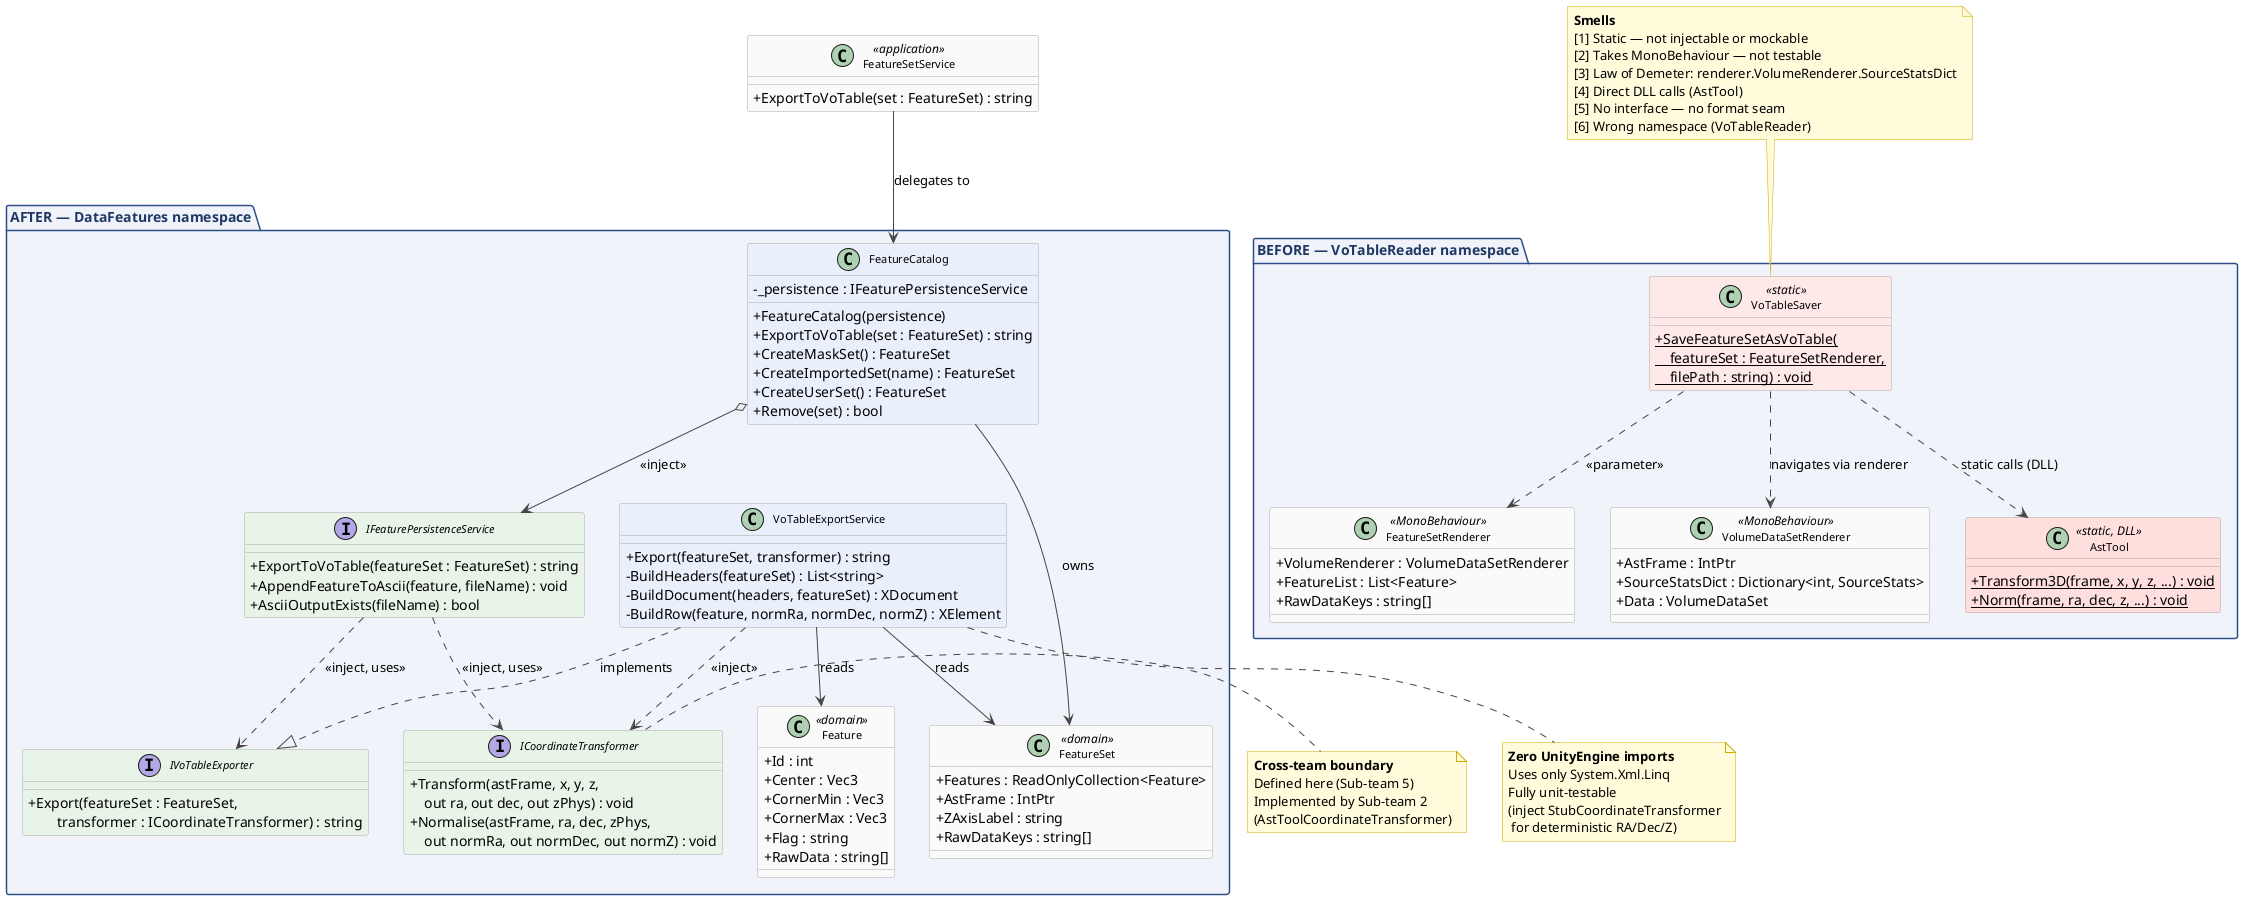
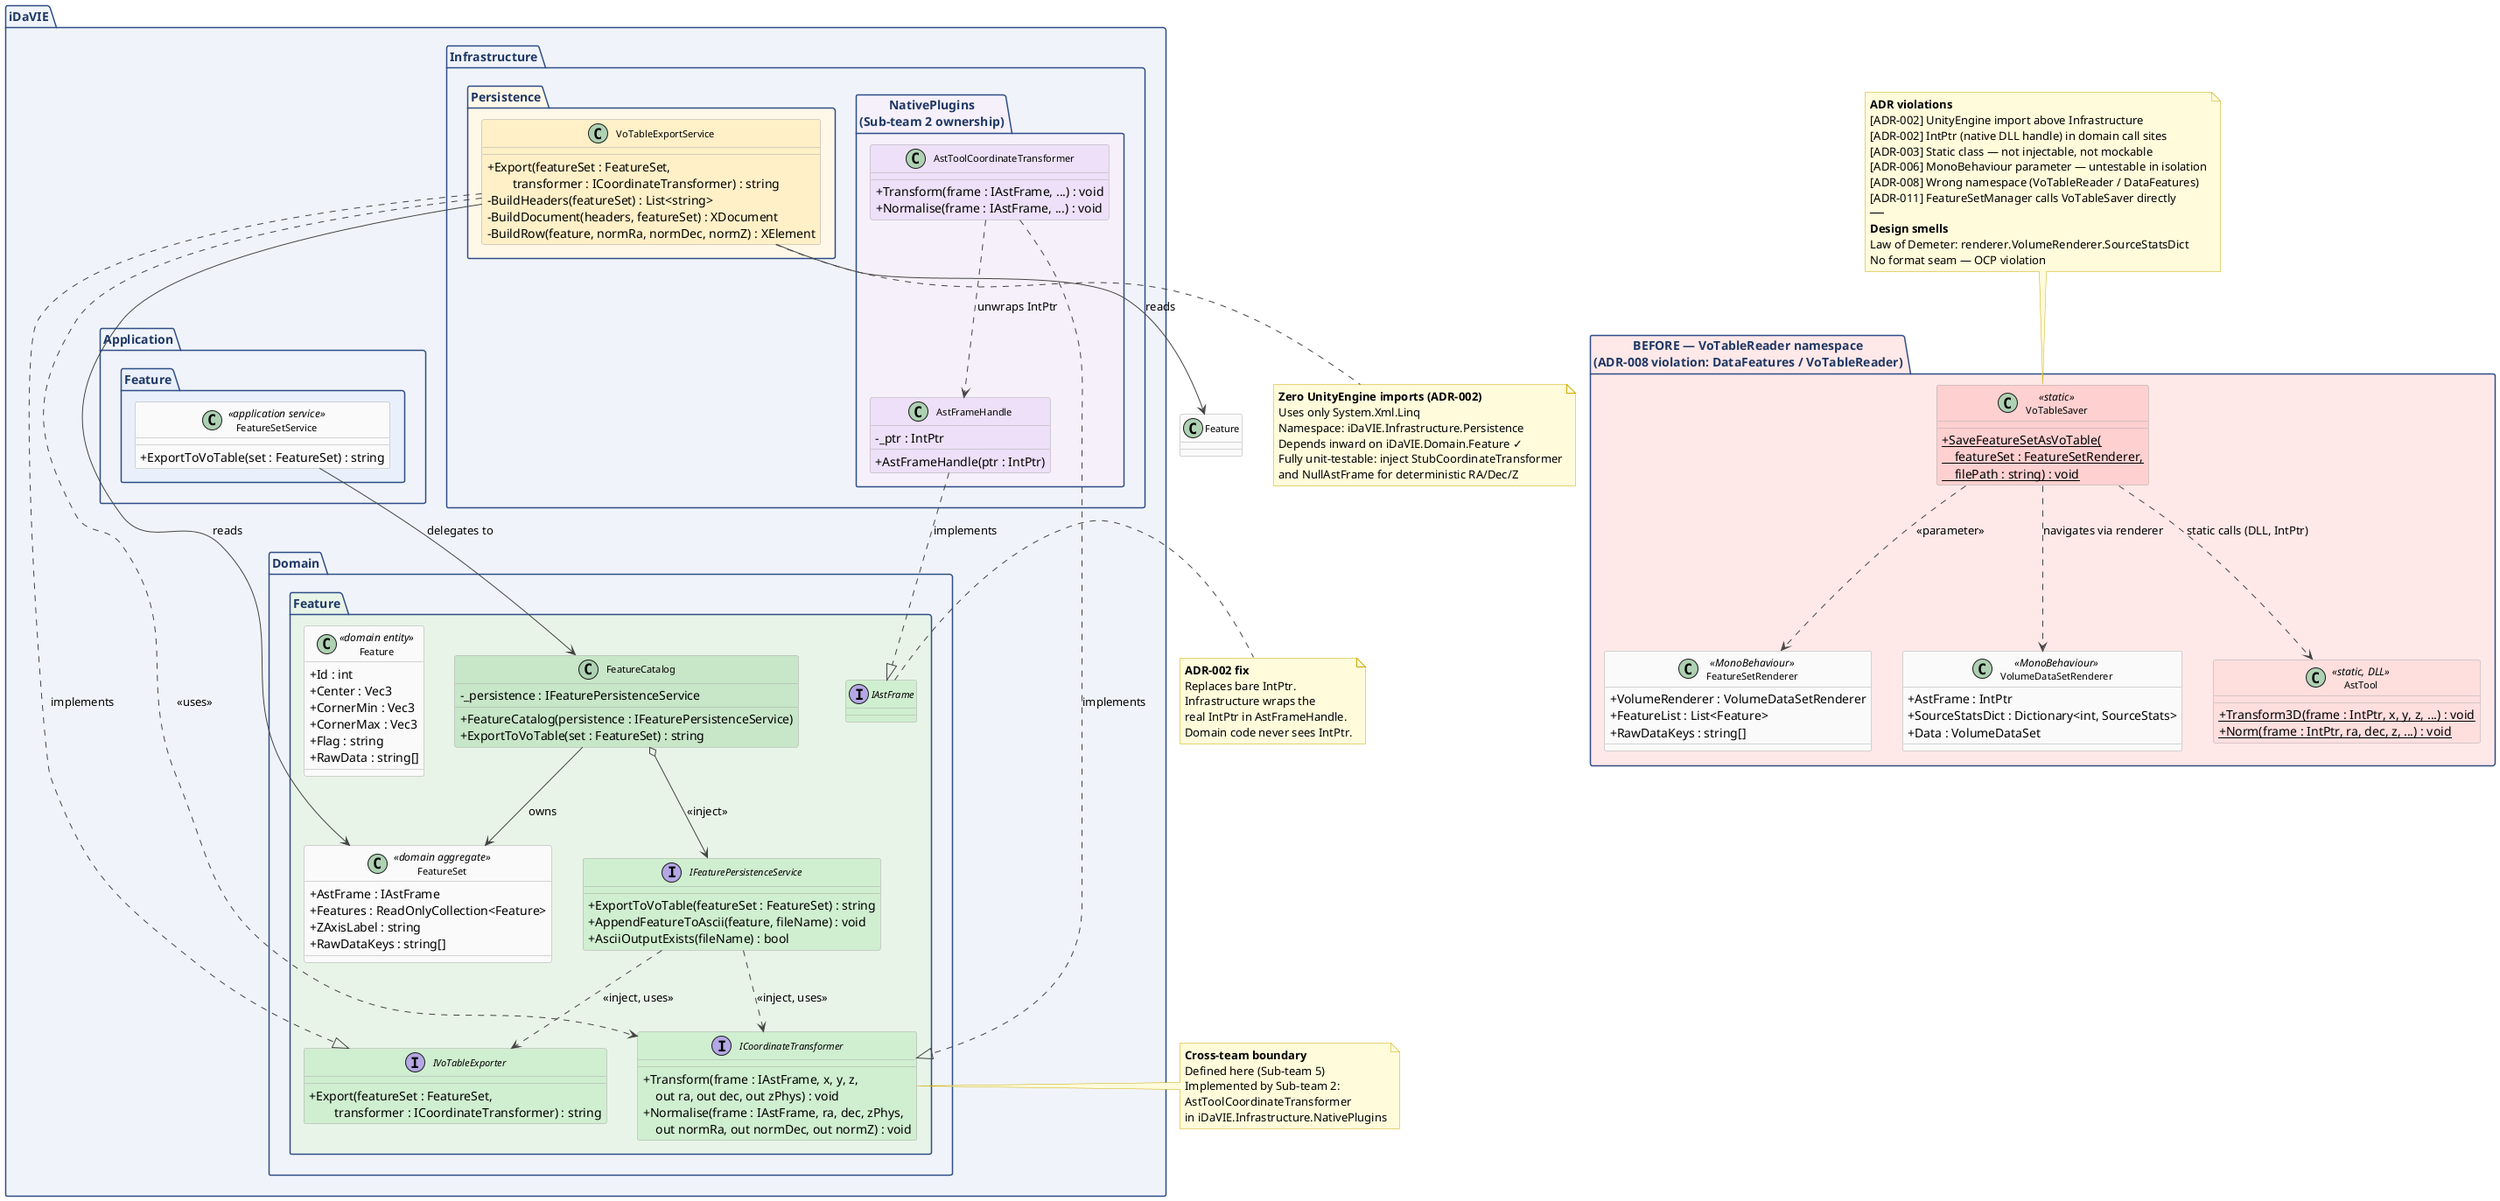
@startuml VOTable Export — Before and After

' ── Style ──────────────────────────────────────────────────────────────────
skinparam classAttributeIconSize 0
skinparam classFontName Arial
skinparam classFontSize 11
skinparam ArrowColor #444444
skinparam ClassBackgroundColor #FAFAFA
skinparam ClassBorderColor #AAAAAA
skinparam PackageBackgroundColor #F0F4FA
skinparam PackageBorderColor #2E4D87
skinparam PackageFontStyle bold
skinparam PackageFontColor #1F3864
skinparam NoteBackgroundColor #FFFBDB
skinparam NoteBorderColor #CCAA00

' ═══════════════════════════════════════════════════════════════════════════
' BEFORE
' ═══════════════════════════════════════════════════════════════════════════
- package "BEFORE — VoTableReader namespace" {
+ package "BEFORE — VoTableReader namespace\n(ADR-008 violation: DataFeatures / VoTableReader)" #FFE8E8 {

-     class VoTableSaver <<static>> #FFE8E8 {
+     class VoTableSaver <<static>> #FFD0D0 {
        + {static} SaveFeatureSetAsVoTable(\n    featureSet : FeatureSetRenderer,\n    filePath : string) : void
    }

    class FeatureSetRenderer <<MonoBehaviour>> {
        + VolumeRenderer : VolumeDataSetRenderer
        + FeatureList : List<Feature>
        + RawDataKeys : string[]
    }

    class VolumeDataSetRenderer <<MonoBehaviour>> {
        + AstFrame : IntPtr
        + SourceStatsDict : Dictionary<int, SourceStats>
        + Data : VolumeDataSet
    }

    class AstTool <<static, DLL>> #FFDEDE {
-         + {static} Transform3D(frame, x, y, z, ...) : void
-         + {static} Norm(frame, ra, dec, z, ...) : void
+         + {static} Transform3D(frame : IntPtr, x, y, z, ...) : void
+         + {static} Norm(frame : IntPtr, ra, dec, z, ...) : void
    }
}

note top of VoTableSaver
-   <b>Smells</b>
-   [1] Static — not injectable or mockable
-   [2] Takes MonoBehaviour — not testable
-   [3] Law of Demeter: renderer.VolumeRenderer.SourceStatsDict
-   [4] Direct DLL calls (AstTool)
-   [5] No interface — no format seam
-   [6] Wrong namespace (VoTableReader)
+   <b>ADR violations</b>
+   [ADR-002] UnityEngine import above Infrastructure
+   [ADR-002] IntPtr (native DLL handle) in domain call sites
+   [ADR-003] Static class — not injectable, not mockable
+   [ADR-006] MonoBehaviour parameter — untestable in isolation
+   [ADR-008] Wrong namespace (VoTableReader / DataFeatures)
+   [ADR-011] FeatureSetManager calls VoTableSaver directly
+   ──
+   <b>Design smells</b>
+   Law of Demeter: renderer.VolumeRenderer.SourceStatsDict
+   No format seam — OCP violation
end note

VoTableSaver ..> FeatureSetRenderer     : <<parameter>>
VoTableSaver ..> VolumeDataSetRenderer  : navigates via renderer
- VoTableSaver ..> AstTool                : static calls (DLL)
+ VoTableSaver ..> AstTool                : static calls (DLL, IntPtr)


' ═══════════════════════════════════════════════════════════════════════════
- ' AFTER
+ ' AFTER — iDaVIE.Domain.Feature  (ADR-008 compliant)
' ═══════════════════════════════════════════════════════════════════════════
- package "AFTER — DataFeatures namespace" {
+ package "iDaVIE.Domain.Feature" #E8F4E8 {

-     ' ── Interfaces ──────────────────────────────────────────────────────────
-     interface IVoTableExporter #E8F4E8 {
+     interface IAstFrame #D0EED0 {
+         ' Opaque handle — no IntPtr visible to domain (ADR-002)
+     }
+ 
+     interface ICoordinateTransformer #D0EED0 {
+         + Transform(frame : IAstFrame, x, y, z,\n    out ra, out dec, out zPhys) : void
+         + Normalise(frame : IAstFrame, ra, dec, zPhys,\n    out normRa, out normDec, out normZ) : void
+     }
+ 
+     interface IVoTableExporter #D0EED0 {
        + Export(featureSet : FeatureSet,\n        transformer : ICoordinateTransformer) : string
    }

-     interface ICoordinateTransformer #E8F4E8 {
-         + Transform(astFrame, x, y, z,\n    out ra, out dec, out zPhys) : void
-         + Normalise(astFrame, ra, dec, zPhys,\n    out normRa, out normDec, out normZ) : void
-     }
- 
-     interface IFeaturePersistenceService #E8F4E8 {
+     interface IFeaturePersistenceService #D0EED0 {
        + ExportToVoTable(featureSet : FeatureSet) : string
        + AppendFeatureToAscii(feature, fileName) : void
        + AsciiOutputExists(fileName) : bool
    }

-     ' ── Domain class ────────────────────────────────────────────────────────
-     class FeatureCatalog #EAF0FB {
+     class FeatureCatalog #C8E6C8 {
        - _persistence : IFeaturePersistenceService
-         + FeatureCatalog(persistence)
+         + FeatureCatalog(persistence : IFeaturePersistenceService)
        + ExportToVoTable(set : FeatureSet) : string
-         + CreateMaskSet() : FeatureSet
-         + CreateImportedSet(name) : FeatureSet
-         + CreateUserSet() : FeatureSet
-         + Remove(set) : bool
    }

-     ' ── Concrete serialiser ─────────────────────────────────────────────────
-     class VoTableExportService #EAF0FB {
-         + Export(featureSet, transformer) : string
-         - BuildHeaders(featureSet) : List<string>
-         - BuildDocument(headers, featureSet) : XDocument
-         - BuildRow(feature, normRa, normDec, normZ) : XElement
-     }
- 
-     ' ── Domain model ────────────────────────────────────────────────────────
-     class FeatureSet <<domain>> {
+     class FeatureSet <<domain aggregate>> {
+         + AstFrame : IAstFrame
        + Features : ReadOnlyCollection<Feature>
-         + AstFrame : IntPtr
        + ZAxisLabel : string
        + RawDataKeys : string[]
    }

-     class Feature <<domain>> {
+     class Feature <<domain entity>> {
        + Id : int
        + Center : Vec3
        + CornerMin : Vec3
        + CornerMax : Vec3
        + Flag : string
        + RawData : string[]
    }
}

- ' ── Application layer (outside domain) ──────────────────────────────────────
- class FeatureSetService <<application>> {
-     + ExportToVoTable(set : FeatureSet) : string
- }
- 
- ' ── Relationships ────────────────────────────────────────────────────────────
- FeatureSetService        --> FeatureCatalog           : delegates to
- FeatureCatalog           o--> IFeaturePersistenceService : <<inject>>
- IFeaturePersistenceService ..> IVoTableExporter        : <<inject, uses>>
- IFeaturePersistenceService ..> ICoordinateTransformer  : <<inject, uses>>
- VoTableExportService    ..|> IVoTableExporter          : implements
- VoTableExportService    --> FeatureSet                 : reads
- VoTableExportService    --> Feature                    : reads
- VoTableExportService    ..> ICoordinateTransformer     : <<inject>>
- FeatureCatalog          --> FeatureSet                 : owns
- 
- note bottom of VoTableExportService
-   <b>Zero UnityEngine imports</b>
-   Uses only System.Xml.Linq
-   Fully unit-testable
-   (inject StubCoordinateTransformer
-    for deterministic RA/Dec/Z)
+ note right of IAstFrame
+   <b>ADR-002 fix</b>
+   Replaces bare IntPtr.
+   Infrastructure wraps the
+   real IntPtr in AstFrameHandle.
+   Domain code never sees IntPtr.
end note

note right of ICoordinateTransformer
  <b>Cross-team boundary</b>
  Defined here (Sub-team 5)
-   Implemented by Sub-team 2
-   (AstToolCoordinateTransformer)
+   Implemented by Sub-team 2:
+   AstToolCoordinateTransformer
+   in iDaVIE.Infrastructure.NativePlugins
+ end note
+ 
+ ' ═══════════════════════════════════════════════════════════════════════════
+ ' AFTER — iDaVIE.Application.Feature  (ADR-008 compliant)
+ ' ═══════════════════════════════════════════════════════════════════════════
+ package "iDaVIE.Application.Feature" #EAF0FB {
+     class FeatureSetService <<application service>> {
+         + ExportToVoTable(set : FeatureSet) : string
+     }
+ }
+ 
+ ' ═══════════════════════════════════════════════════════════════════════════
+ ' AFTER — iDaVIE.Infrastructure.Persistence  (ADR-008 compliant)
+ ' ═══════════════════════════════════════════════════════════════════════════
+ package "iDaVIE.Infrastructure.Persistence" #FFF8E8 {
+     class VoTableExportService #FFF0C8 {
+         + Export(featureSet : FeatureSet,\n        transformer : ICoordinateTransformer) : string
+         - BuildHeaders(featureSet) : List<string>
+         - BuildDocument(headers, featureSet) : XDocument
+         - BuildRow(feature, normRa, normDec, normZ) : XElement
+     }
+ }
+ 
+ ' ═══════════════════════════════════════════════════════════════════════════
+ ' AFTER — iDaVIE.Infrastructure.NativePlugins  (ADR-008 compliant)
+ ' ═══════════════════════════════════════════════════════════════════════════
+ package "iDaVIE.Infrastructure.NativePlugins\n(Sub-team 2 ownership)" #F5F0FA {
+     class AstFrameHandle #EDE0F8 {
+         - _ptr : IntPtr
+         + AstFrameHandle(ptr : IntPtr)
+     }
+     class AstToolCoordinateTransformer #EDE0F8 {
+         + Transform(frame : IAstFrame, ...) : void
+         + Normalise(frame : IAstFrame, ...) : void
+     }
+ }
+ 
+ ' ── Dependency arrows (after state) ──────────────────────────────────────────
+ FeatureSetService        --> FeatureCatalog                   : delegates to
+ FeatureCatalog           o--> IFeaturePersistenceService       : <<inject>>
+ IFeaturePersistenceService ..> IVoTableExporter               : <<inject, uses>>
+ IFeaturePersistenceService ..> ICoordinateTransformer         : <<inject, uses>>
+ VoTableExportService    ..|> IVoTableExporter                 : implements
+ VoTableExportService    --> FeatureSet                        : reads
+ VoTableExportService    --> Feature                           : reads
+ VoTableExportService    ..> ICoordinateTransformer            : <<uses>>
+ FeatureCatalog          --> FeatureSet                        : owns
+ AstFrameHandle          ..|> IAstFrame                        : implements
+ AstToolCoordinateTransformer ..|> ICoordinateTransformer      : implements
+ AstToolCoordinateTransformer ..> AstFrameHandle               : unwraps IntPtr
+ 
+ note bottom of VoTableExportService
+   <b>Zero UnityEngine imports (ADR-002)</b>
+   Uses only System.Xml.Linq
+   Namespace: iDaVIE.Infrastructure.Persistence
+   Depends inward on iDaVIE.Domain.Feature ✓
+   Fully unit-testable: inject StubCoordinateTransformer
+   and NullAstFrame for deterministic RA/Dec/Z
end note

@enduml
